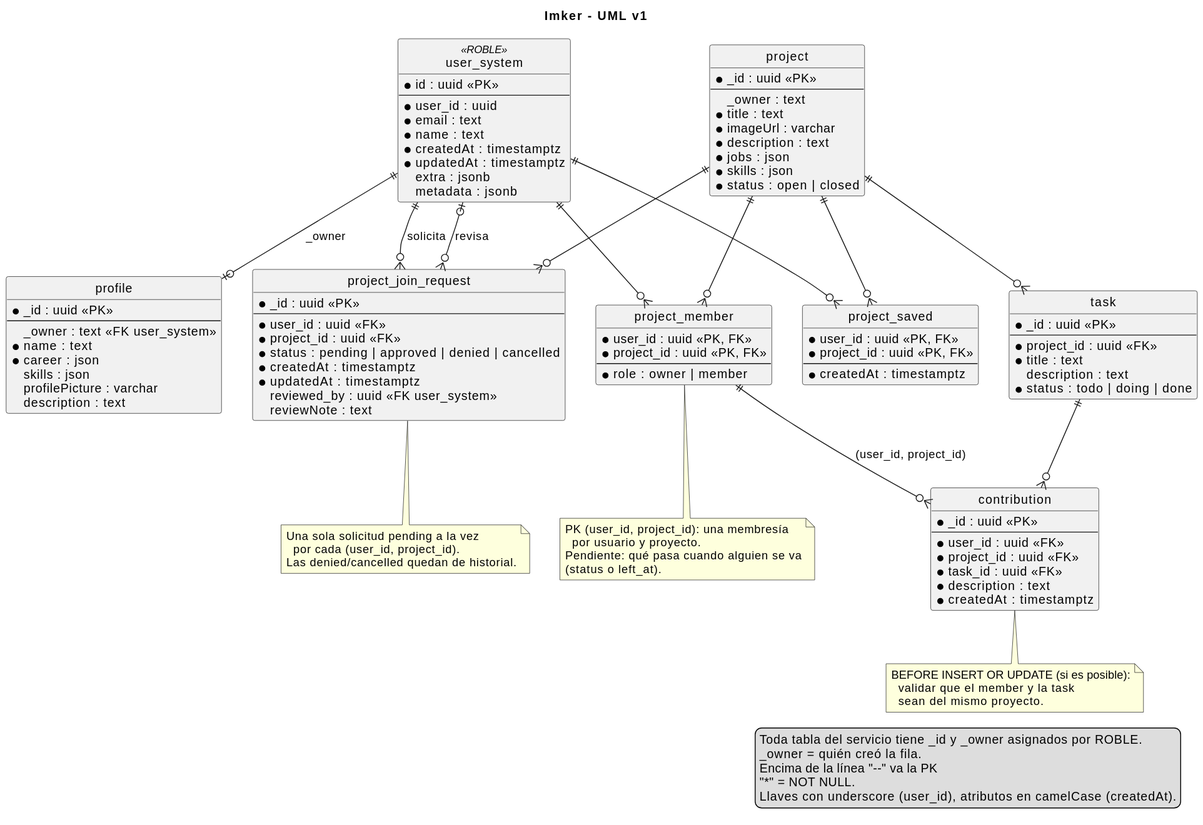
Above: docs/db/class_diagram.svg in kicconsu/design-thinking (PlantUML), before the change.
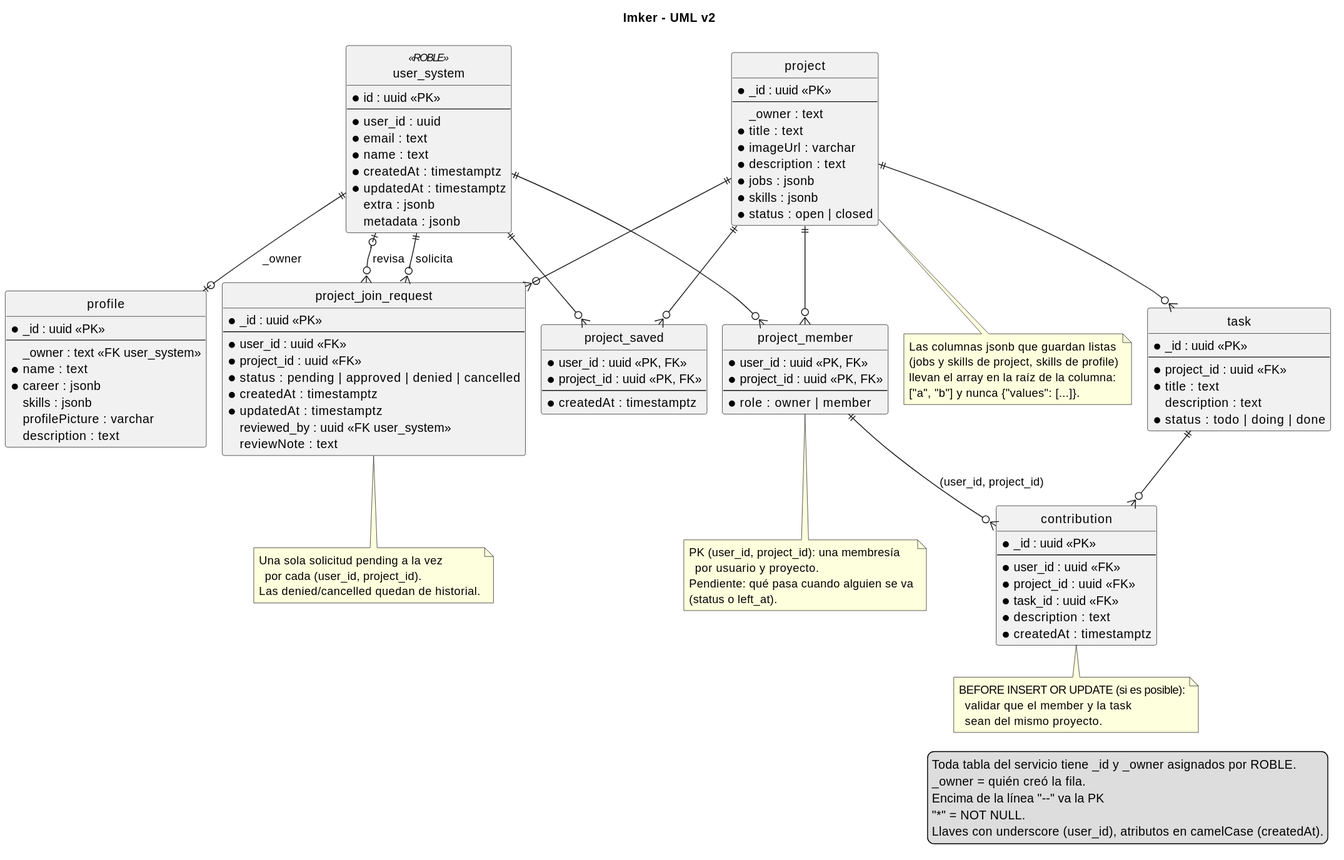
Above is the later version.

Commit message:
unify array parsing as jsonb columns

The edit, as a diff of the source:
```diff
@@ -1,5 +1,5 @@
 @startuml
-title Imker - UML v1
+title Imker - UML v2
 
 hide circle
 skinparam shadowing false
@@ -29,8 +29,8 @@
 --
   _owner : text <<FK user_system>>
 * name : text
-* career : json
-  skills : json
+* career : jsonb
+  skills : jsonb
   profilePicture : varchar
   description : text
 }
@@ -42,10 +42,17 @@
 * title : text
 * imageUrl : varchar
 * description : text
-* jobs : json
-* skills : json
+* jobs : jsonb
+* skills : jsonb
 * status : open | closed
 }
+
+note bottom of project
+  Las columnas jsonb que guardan listas
+  (jobs y skills de project, skills de profile)
+  llevan el array en la raíz de la columna:
+  ["a", "b"] y nunca {"values": [...]}.
+end note
 
 entity project_saved  {
 * user_id : uuid <<PK, FK>>
```
